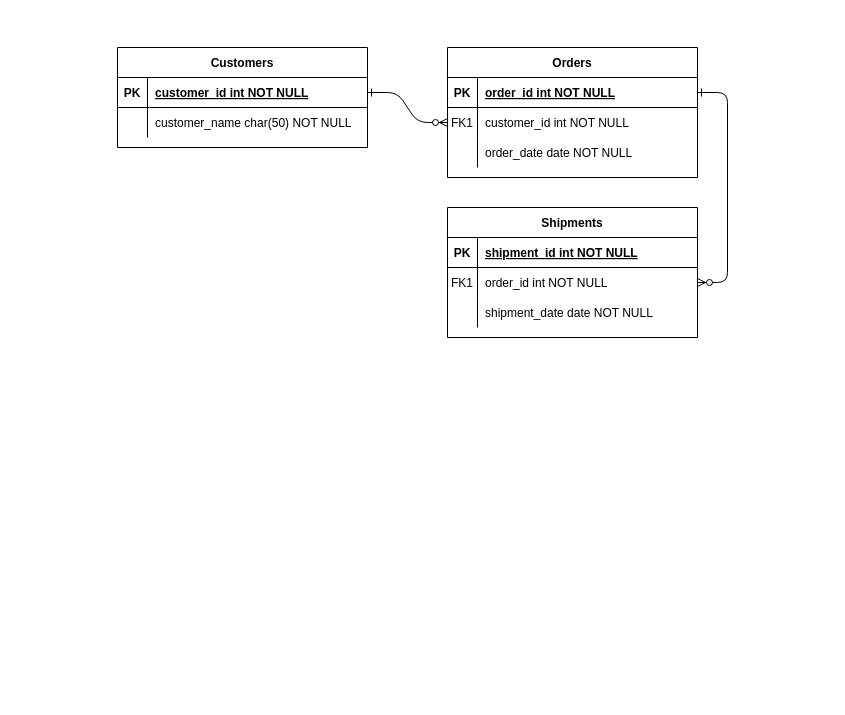
This is Untitled Diagram.drawio from chikubidestroyer/D.-Simulator, a draw.io file, before an edit. Source tidied: cells renumbered, new cells numbered last; positions are measured from the earlier drawing's top-left corner, leaving out a move shared by most shapes. Both pictures are drawn from the tidied source at 100%, with x=0, y=0 at pixel (117, 47).
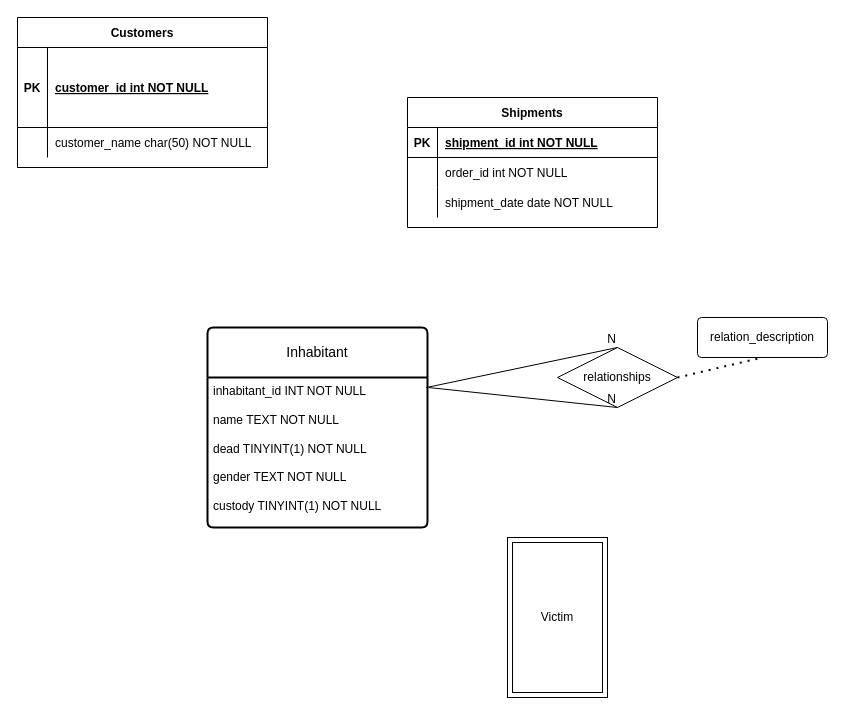
The same page after the edit.

Unchanged cells that the change refers to:
```xml
<mxCell id="18" style="shape=partialRectangle;fillColor=none;points=[[0,0.5],[1,0.5]];portConstraint=eastwest;top=0;left=0;right=0;bottom=0;" parent="14" vertex="1">
  <mxGeometry y="60" width="250" height="30" as="geometry" />
</mxCell>
```

The edit, as a diff of the source:
```diff
@@
-    <mxCell id="2" style="edgeStyle=entityRelationEdgeStyle;endArrow=ERzeroToMany;startArrow=ERone;endFill=1;startFill=0;" parent="1" edge="1" source="25" target="8">
-      <mxGeometry relative="1" as="geometry" />
-    </mxCell>
-    <mxCell id="3" style="edgeStyle=entityRelationEdgeStyle;endArrow=ERzeroToMany;startArrow=ERone;endFill=1;startFill=0;" parent="1" edge="1" source="5" target="18">
-      <mxGeometry relative="1" as="geometry" />
-    </mxCell>
-    <mxCell id="4" value="Orders" style="shape=table;startSize=30;childLayout=tableLayout;rowLines=0;fontStyle=1;align=center;" parent="1" vertex="1">
-      <mxGeometry x="330" width="250" height="130" as="geometry" />
-    </mxCell>
-    <mxCell id="5" style="shape=partialRectangle;fillColor=none;points=[[0,0.5],[1,0.5]];portConstraint=eastwest;top=0;left=0;right=0;bottom=1;" parent="4" vertex="1">
-      <mxGeometry y="30" width="250" height="30" as="geometry" />
-    </mxCell>
-    <mxCell id="6" value="PK" style="shape=partialRectangle;overflow=hidden;fillColor=none;top=0;left=0;bottom=0;right=0;fontStyle=1;" parent="5" vertex="1">
-      <mxGeometry width="30" height="30" as="geometry" />
-    </mxCell>
-    <mxCell id="7" value="order_id int NOT NULL " style="shape=partialRectangle;overflow=hidden;fillColor=none;top=0;left=0;bottom=0;right=0;align=left;spacingLeft=6;fontStyle=5;" parent="5" vertex="1">
-      <mxGeometry x="30" width="220" height="30" as="geometry" />
-    </mxCell>
-    <mxCell id="8" style="shape=partialRectangle;fillColor=none;points=[[0,0.5],[1,0.5]];portConstraint=eastwest;top=0;left=0;right=0;bottom=0;" parent="4" vertex="1">
-      <mxGeometry y="60" width="250" height="30" as="geometry" />
-    </mxCell>
-    <mxCell id="9" value="FK1" style="shape=partialRectangle;overflow=hidden;fillColor=none;top=0;left=0;bottom=0;right=0;" parent="8" vertex="1">
-      <mxGeometry width="30" height="30" as="geometry" />
-    </mxCell>
-    <mxCell id="10" value="customer_id int NOT NULL" style="shape=partialRectangle;overflow=hidden;fillColor=none;top=0;left=0;bottom=0;right=0;align=left;spacingLeft=6;" parent="8" vertex="1">
-      <mxGeometry x="30" width="220" height="30" as="geometry" />
-    </mxCell>
-    <mxCell id="11" style="shape=partialRectangle;fillColor=none;top=0;left=0;right=0;bottom=0;" parent="4" vertex="1">
-      <mxGeometry y="90" width="250" height="30" as="geometry" />
-    </mxCell>
-    <mxCell id="12" style="shape=partialRectangle;overflow=hidden;fillColor=none;top=0;left=0;bottom=0;right=0;" parent="11" vertex="1">
-      <mxGeometry width="30" height="30" as="geometry" />
-    </mxCell>
-    <mxCell id="13" value="order_date date NOT NULL" style="shape=partialRectangle;overflow=hidden;fillColor=none;top=0;left=0;bottom=0;right=0;align=left;spacingLeft=6;" parent="11" vertex="1">
-      <mxGeometry x="30" width="220" height="30" as="geometry" />
-    </mxCell>
     <mxCell id="14" value="Shipments" style="shape=table;startSize=30;childLayout=tableLayout;rowLines=0;fontStyle=1;align=center;" parent="1" vertex="1">
-      <mxGeometry x="330" y="160" width="250" height="130" as="geometry" />
+      <mxGeometry x="290" y="50" width="250" height="130" as="geometry" />
     </mxCell>
@@
-    <mxCell id="19" value="FK1" style="shape=partialRectangle;overflow=hidden;fillColor=none;top=0;left=0;bottom=0;right=0;" parent="18" vertex="1">
+    <mxCell id="19" style="shape=partialRectangle;overflow=hidden;fillColor=none;top=0;left=0;bottom=0;right=0;" parent="18" vertex="1">
       <mxGeometry width="30" height="30" as="geometry" />
     </mxCell>
@@
     <mxCell id="24" value="Customers" style="shape=table;startSize=30;childLayout=tableLayout;rowLines=0;fontStyle=1;align=center;" parent="1" vertex="1">
-      <mxGeometry width="250" height="100" as="geometry" />
+      <mxGeometry x="-100" y="-30" width="250" height="150" as="geometry" />
     </mxCell>
     <mxCell id="25" style="shape=partialRectangle;fillColor=none;points=[[0,0.5],[1,0.5]];portConstraint=eastwest;top=0;left=0;right=0;bottom=1;" parent="24" vertex="1">
-      <mxGeometry y="30" width="250" height="30" as="geometry" />
+      <mxGeometry y="30" width="250" height="80" as="geometry" />
     </mxCell>
     <mxCell id="26" value="PK" style="shape=partialRectangle;overflow=hidden;fillColor=none;top=0;left=0;bottom=0;right=0;fontStyle=1;" parent="25" vertex="1">
-      <mxGeometry width="30" height="30" as="geometry" />
+      <mxGeometry width="30" height="80" as="geometry" />
     </mxCell>
     <mxCell id="27" value="customer_id int NOT NULL " style="shape=partialRectangle;overflow=hidden;fillColor=none;top=0;left=0;bottom=0;right=0;align=left;spacingLeft=6;fontStyle=5;" parent="25" vertex="1">
-      <mxGeometry x="30" width="220" height="30" as="geometry" />
+      <mxGeometry x="30" width="220" height="80" as="geometry" />
     </mxCell>
     <mxCell id="28" style="shape=partialRectangle;fillColor=none;top=0;left=0;right=0;bottom=0;" parent="24" vertex="1">
-      <mxGeometry y="60" width="250" height="30" as="geometry" />
+      <mxGeometry y="110" width="250" height="30" as="geometry" />
     </mxCell>
@@
+    <mxCell id="31" value="relationships" style="shape=rhombus;perimeter=rhombusPerimeter;whiteSpace=wrap;html=1;align=center;" parent="1" vertex="1">
+      <mxGeometry x="440" y="300" width="120" height="60" as="geometry" />
+    </mxCell>
+    <mxCell id="32" style="endArrow=none;html=1;rounded=0;entryX=0.5;entryY=1;entryDx=0;entryDy=0;exitX=1.006;exitY=0.067;exitDx=0;exitDy=0;exitPerimeter=0;" parent="1" edge="1" source="40" target="31">
+      <mxGeometry relative="1" as="geometry" />
+    </mxCell>
+    <mxCell id="33" value="N" style="html=1;whiteSpace=wrap;align=right;verticalAlign=bottom;" parent="32" vertex="1">
+      <mxGeometry x="1" relative="1" as="geometry" />
+    </mxCell>
+    <mxCell id="34" style="endArrow=none;html=1;rounded=0;entryX=0.5;entryY=0;entryDx=0;entryDy=0;exitX=0.994;exitY=0.067;exitDx=0;exitDy=0;exitPerimeter=0;" parent="1" edge="1" source="40" target="31">
+      <mxGeometry relative="1" as="geometry" />
+    </mxCell>
+    <mxCell id="35" value="N" style="html=1;whiteSpace=wrap;align=right;verticalAlign=bottom;" parent="34" vertex="1">
+      <mxGeometry x="1" relative="1" as="geometry" />
+    </mxCell>
+    <mxCell id="36" value="relation_description" style="rounded=1;arcSize=10;whiteSpace=wrap;html=1;align=center;" parent="1" vertex="1">
+      <mxGeometry x="580" y="270" width="130" height="40" as="geometry" />
+    </mxCell>
+    <mxCell id="37" style="endArrow=none;dashed=1;html=1;dashPattern=1 3;strokeWidth=2;rounded=0;entryX=0.5;entryY=1;entryDx=0;entryDy=0;exitX=1;exitY=0.5;exitDx=0;exitDy=0;" parent="1" edge="1" source="31" target="36">
+      <mxGeometry relative="1" as="geometry" />
+    </mxCell>
+    <mxCell id="38" value="Victim" style="shape=ext;margin=3;double=1;whiteSpace=wrap;html=1;align=center;" parent="1" vertex="1">
+      <mxGeometry x="390" y="490" width="100" height="160" as="geometry" />
+    </mxCell>
+    <mxCell id="39" value="Inhabitant" style="swimlane;horizontal=1;startSize=50;rounded=1;fontSize=14;fontStyle=0;strokeWidth=2;shadow=0;dashed=0;align=center;arcSize=4;whiteSpace=wrap;html=1;" parent="1" vertex="1">
+      <mxGeometry x="90" y="280" width="220" height="200" as="geometry" />
+    </mxCell>
+    <mxCell id="40" value="inhabitant_id INT NOT NULL&lt;br&gt;&lt;br&gt;name TEXT NOT NULL&lt;br&gt;&lt;br style=&quot;border-color: var(--border-color); padding: 0px; margin: 0px;&quot;&gt;dead TINYINT(1) NOT NULL&lt;br&gt;&lt;br style=&quot;border-color: var(--border-color); padding: 0px; margin: 0px;&quot;&gt;gender TEXT NOT NULL&lt;br&gt;&lt;br style=&quot;border-color: var(--border-color); padding: 0px; margin: 0px;&quot;&gt;custody TINYINT(1) NOT NULL" style="align=left;strokeColor=none;fillColor=none;spacingLeft=4;fontSize=12;verticalAlign=top;html=1;" parent="39" vertex="1">
+      <mxGeometry y="50" width="220" height="150" as="geometry" />
+    </mxCell>
```
